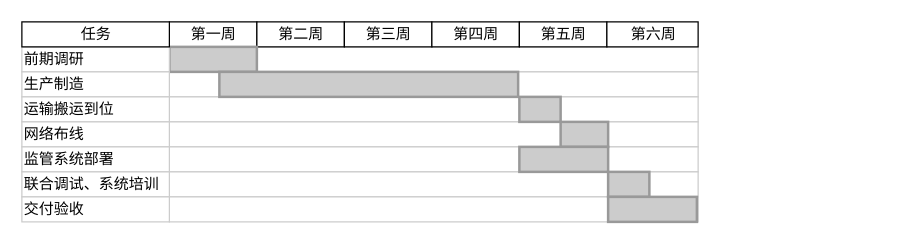
Earlier version of the draw.io diagram 江苏项目甘特图.drawio (captain188/draw.io). Source tidied: cells renumbered, new cells numbered last; positions are measured from the earlier drawing's top-left corner, leaving out a move shared by most shapes. Both pictures are drawn from the tidied source at 125%, with x=0, y=0 at pixel (21, 21).
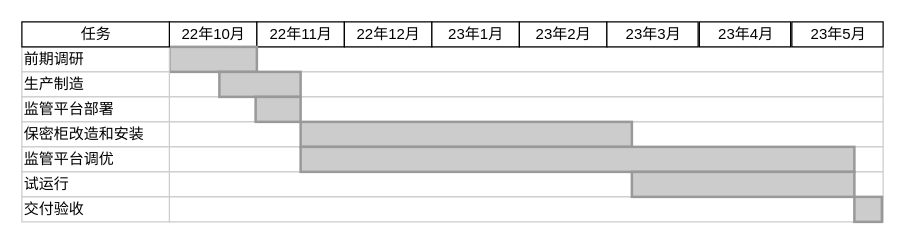
The same page after the edit.

Commit message:
更新江苏项目甘特图.drawio

The change refers to these unchanged cells:
```xml
<mxCell id="22" style="group;" parent="1" vertex="1">
  <mxGeometry width="118" height="160" as="geometry" />
</mxCell>
```

Change to the diagram source:
```diff
@@
     <mxCell id="2" style="align=left;strokeColor=#CCCCCC;html=1;" parent="1" vertex="1">
-      <mxGeometry x="118" y="20" width="423" height="20" as="geometry" />
+      <mxGeometry x="118" y="20" width="571" height="20" as="geometry" />
     </mxCell>
-    <mxCell id="3" value="第一周" style="strokeWidth=1;fontStyle=0;html=1;" parent="1" vertex="1">
+    <mxCell id="3" value="22年10月" style="strokeWidth=1;fontStyle=0;html=1;" parent="1" vertex="1">
       <mxGeometry x="118" width="70" height="20" as="geometry" />
     </mxCell>
-    <mxCell id="4" value="第二周" style="strokeWidth=1;fontStyle=0;html=1;" parent="1" vertex="1">
+    <mxCell id="4" value="22年11月" style="strokeWidth=1;fontStyle=0;html=1;" parent="1" vertex="1">
       <mxGeometry x="188" width="70" height="20" as="geometry" />
     </mxCell>
-    <mxCell id="5" value="第三周" style="strokeWidth=1;fontStyle=0;html=1;" parent="1" vertex="1">
+    <mxCell id="5" value="22年12月" style="strokeWidth=1;fontStyle=0;html=1;" parent="1" vertex="1">
       <mxGeometry x="258" width="70" height="20" as="geometry" />
     </mxCell>
-    <mxCell id="6" value="第四周" style="strokeWidth=1;fontStyle=0;html=1;" parent="1" vertex="1">
+    <mxCell id="6" value="23年1月" style="strokeWidth=1;fontStyle=0;html=1;" parent="1" vertex="1">
       <mxGeometry x="328" width="70" height="20" as="geometry" />
     </mxCell>
-    <mxCell id="7" value="第五周" style="strokeWidth=1;fontStyle=0;html=1;" parent="1" vertex="1">
+    <mxCell id="7" value="23年2月" style="strokeWidth=1;fontStyle=0;html=1;" parent="1" vertex="1">
       <mxGeometry x="398" width="70" height="20" as="geometry" />
     </mxCell>
-    <mxCell id="8" value="第六周" style="strokeWidth=1;fontStyle=0;html=1;" parent="1" vertex="1">
+    <mxCell id="8" value="23年3月" style="strokeWidth=1;fontStyle=0;html=1;" parent="1" vertex="1">
       <mxGeometry x="468" width="73" height="20" as="geometry" />
     </mxCell>
     <mxCell id="9" style="align=left;strokeColor=#CCCCCC;html=1;" parent="1" vertex="1">
-      <mxGeometry x="118" y="40" width="423" height="20" as="geometry" />
+      <mxGeometry x="118" y="40" width="571" height="20" as="geometry" />
     </mxCell>
     <mxCell id="10" style="align=left;strokeColor=#CCCCCC;html=1;" parent="1" vertex="1">
-      <mxGeometry x="118" y="60" width="423" height="20" as="geometry" />
+      <mxGeometry x="118" y="60" width="571" height="20" as="geometry" />
     </mxCell>
     <mxCell id="11" style="align=left;strokeColor=#CCCCCC;html=1;" parent="1" vertex="1">
-      <mxGeometry x="118" y="80" width="423" height="20" as="geometry" />
+      <mxGeometry x="118" y="80" width="571" height="20" as="geometry" />
     </mxCell>
     <mxCell id="12" style="align=left;strokeColor=#CCCCCC;html=1;" parent="1" vertex="1">
-      <mxGeometry x="118" y="100" width="423" height="20" as="geometry" />
+      <mxGeometry x="118" y="100" width="571" height="20" as="geometry" />
     </mxCell>
     <mxCell id="13" style="align=left;strokeColor=#CCCCCC;html=1;" parent="1" vertex="1">
-      <mxGeometry x="118" y="120" width="423" height="20" as="geometry" />
+      <mxGeometry x="118" y="120" width="571" height="20" as="geometry" />
     </mxCell>
     <mxCell id="14" style="align=left;strokeColor=#CCCCCC;html=1;" parent="1" vertex="1">
-      <mxGeometry x="118" y="140" width="423" height="20" as="geometry" />
+      <mxGeometry x="118" y="140" width="571" height="20" as="geometry" />
     </mxCell>
@@
     <mxCell id="16" style="whiteSpace=wrap;html=1;strokeWidth=2;fillColor=#CCCCCC;gradientColor=none;fontSize=14;align=center;strokeColor=#999999;" parent="1" vertex="1">
-      <mxGeometry x="158" y="40" width="239" height="20" as="geometry" />
+      <mxGeometry x="158" y="40" width="65" height="20" as="geometry" />
     </mxCell>
     <mxCell id="17" style="whiteSpace=wrap;html=1;strokeWidth=2;fillColor=#CCCCCC;gradientColor=none;fontSize=14;align=center;strokeColor=#999999;" parent="1" vertex="1">
-      <mxGeometry x="398" y="60" width="33" height="20" as="geometry" />
+      <mxGeometry x="187" y="60" width="36" height="20" as="geometry" />
     </mxCell>
     <mxCell id="18" style="whiteSpace=wrap;html=1;strokeWidth=2;fillColor=#CCCCCC;gradientColor=none;fontSize=14;align=center;strokeColor=#999999;" parent="1" vertex="1">
-      <mxGeometry x="431" y="80" width="38" height="20" as="geometry" />
+      <mxGeometry x="223" y="80" width="265" height="20" as="geometry" />
     </mxCell>
     <mxCell id="19" style="whiteSpace=wrap;html=1;strokeWidth=2;fillColor=#CCCCCC;gradientColor=none;fontSize=14;align=center;strokeColor=#999999;" parent="1" vertex="1">
-      <mxGeometry x="398" y="100" width="71" height="20" as="geometry" />
+      <mxGeometry x="223" y="100" width="443" height="20" as="geometry" />
     </mxCell>
     <mxCell id="20" style="whiteSpace=wrap;html=1;strokeWidth=2;fillColor=#CCCCCC;gradientColor=none;fontSize=14;align=center;strokeColor=#999999;" parent="1" vertex="1">
-      <mxGeometry x="469" y="120" width="33" height="20" as="geometry" />
+      <mxGeometry x="488" y="120" width="178" height="20" as="geometry" />
     </mxCell>
     <mxCell id="21" style="whiteSpace=wrap;html=1;strokeWidth=2;fillColor=#CCCCCC;gradientColor=none;fontSize=14;align=center;strokeColor=#999999;" parent="1" vertex="1">
-      <mxGeometry x="469" y="140" width="71" height="20" as="geometry" />
+      <mxGeometry x="666" y="140" width="22" height="20" as="geometry" />
     </mxCell>
@@
-    <mxCell id="25" value="运输搬运到位" style="align=left;strokeColor=#CCCCCC;html=1;" parent="22" vertex="1">
+    <mxCell id="25" value="监管平台部署" style="align=left;strokeColor=#CCCCCC;html=1;" parent="22" vertex="1">
       <mxGeometry y="60" width="118" height="20" as="geometry" />
     </mxCell>
-    <mxCell id="26" value="网络布线" style="align=left;strokeColor=#CCCCCC;html=1;" parent="22" vertex="1">
+    <mxCell id="26" value="保密柜改造和安装" style="align=left;strokeColor=#CCCCCC;html=1;" parent="22" vertex="1">
       <mxGeometry y="80" width="118" height="20" as="geometry" />
     </mxCell>
-    <mxCell id="27" value="监管系统部署" style="align=left;strokeColor=#CCCCCC;html=1;" parent="22" vertex="1">
+    <mxCell id="27" value="监管平台调优" style="align=left;strokeColor=#CCCCCC;html=1;" parent="22" vertex="1">
       <mxGeometry y="100" width="118" height="20" as="geometry" />
     </mxCell>
-    <mxCell id="28" value="联合调试、系统培训" style="align=left;strokeColor=#CCCCCC;html=1;" parent="22" vertex="1">
+    <mxCell id="28" value="试运行" style="align=left;strokeColor=#CCCCCC;html=1;" parent="22" vertex="1">
       <mxGeometry y="120" width="118" height="20" as="geometry" />
     </mxCell>
@@
+    <mxCell id="31" value="23年4月" style="strokeWidth=1;fontStyle=0;html=1;" parent="1" vertex="1">
+      <mxGeometry x="542" width="73" height="20" as="geometry" />
+    </mxCell>
+    <mxCell id="32" value="23年5月" style="strokeWidth=1;fontStyle=0;html=1;" parent="1" vertex="1">
+      <mxGeometry x="616" width="73" height="20" as="geometry" />
+    </mxCell>
```
